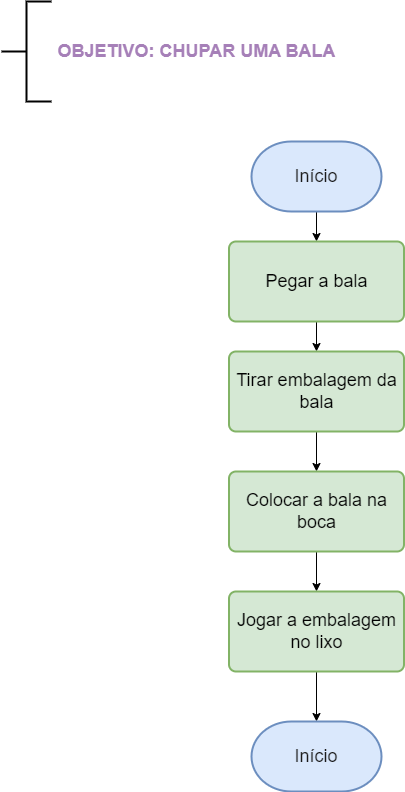
This is Fluxograma - chupar um bala.drawio.png from Andresa43/Fluxogramas, a draw.io export, as it was before one commit. Source tidied: cells renumbered, new cells last; positions are measured from the earlier drawing's top-left corner, leaving out a move shared by most shapes.
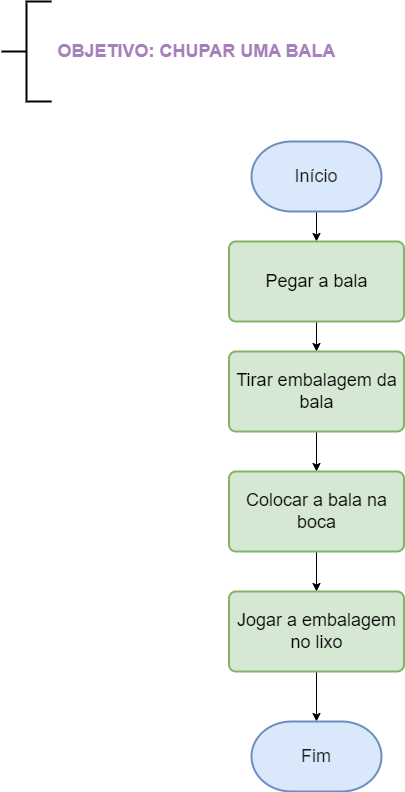
After the change.

Diff of the diagram source:
```diff
@@ -38,7 +38,7 @@
     <mxCell id="13" value="Jogar a embalagem no lixo" style="rounded=1;whiteSpace=wrap;html=1;absoluteArcSize=1;arcSize=14;strokeWidth=2;fontSize=18;fillColor=#d5e8d4;strokeColor=#82b366;" parent="1" vertex="1">
       <mxGeometry x="227.5" y="590" width="175" height="80" as="geometry" />
     </mxCell>
-    <mxCell id="14" value="&lt;font color=&quot;#1a1a1a&quot;&gt;Início&lt;/font&gt;" style="strokeWidth=2;html=1;shape=mxgraph.flowchart.terminator;whiteSpace=wrap;fontSize=18;fillColor=#dae8fc;strokeColor=#6c8ebf;" parent="1" vertex="1">
+    <mxCell id="14" value="&lt;font color=&quot;#1a1a1a&quot;&gt;Fim&lt;/font&gt;" style="strokeWidth=2;html=1;shape=mxgraph.flowchart.terminator;whiteSpace=wrap;fontSize=18;fillColor=#dae8fc;strokeColor=#6c8ebf;" parent="1" vertex="1">
       <mxGeometry x="250" y="720" width="130" height="70" as="geometry" />
     </mxCell>
   </root>
```
